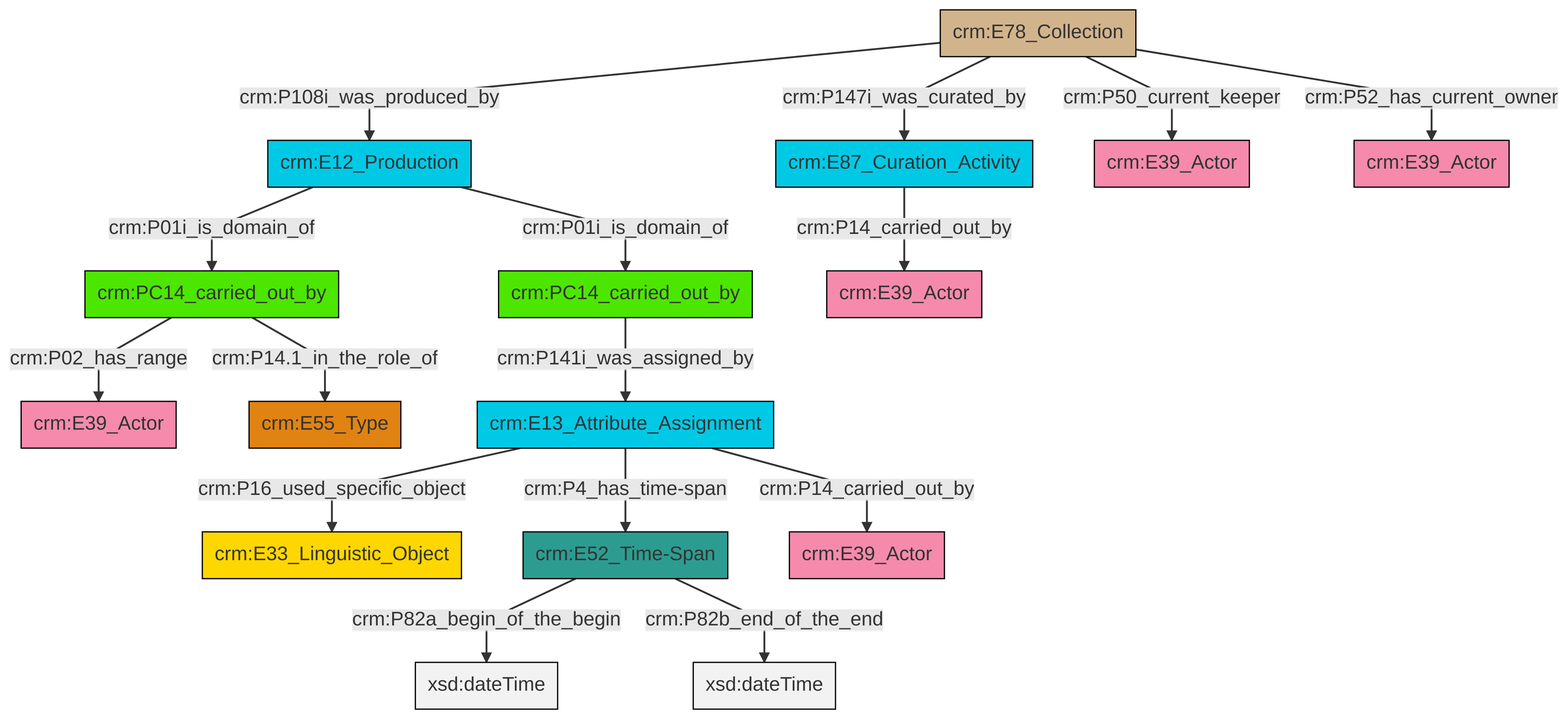
This is et/archivalCSV/ttl/mmd/png/archival_relation.png from swiss-art-research-net/docs.swissartresearch, a Mermaid export, as it was before one commit. Its source is kept beside it as et/archivalCSV/ttl/mmd/archival_relation.ttl.mmd.
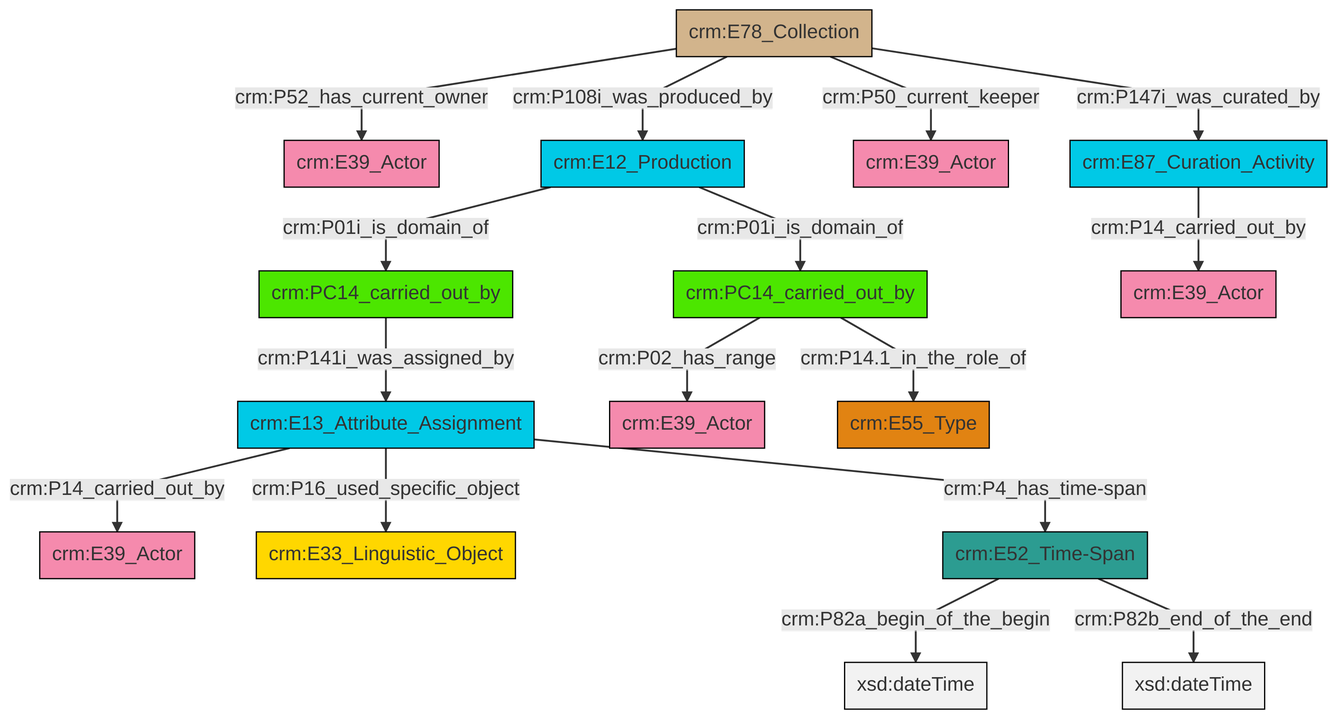
After the change.

The edit, as a diff of the source:
```diff
@@ -13,18 +13,18 @@
 classDef PC_Classes fill:#4ce600, stroke:#000000;
 classDef Multi fill:#cccccc,stroke:#000000;
 
-4["crm:E12_Production"]:::Temporal_Entity -->|crm:P01i_is_domain_of| 0["crm:PC14_carried_out_by"]:::PC_Classes
-0["crm:PC14_carried_out_by"]:::PC_Classes -->|crm:P14.1_in_the_role_of| 5["crm:E55_Type"]:::Type
-7["crm:E78_Collection"]:::Physical_Thing -->|crm:P108i_was_produced_by| 4["crm:E12_Production"]:::Temporal_Entity
-12["crm:E87_Curation_Activity"]:::Temporal_Entity -->|crm:P14_carried_out_by| 14["crm:E39_Actor"]:::Actor
-15["crm:E13_Attribute_Assignment"]:::Temporal_Entity -->|crm:P16_used_specific_object| 8["crm:E33_Linguistic_Object"]:::Conceptual_Object
-16["crm:E52_Time-Span"]:::Time-Span -->|crm:P82a_begin_of_the_begin| 17[xsd:dateTime]:::Literal
-10["crm:PC14_carried_out_by"]:::PC_Classes -->|crm:P141i_was_assigned_by| 15["crm:E13_Attribute_Assignment"]:::Temporal_Entity
-7["crm:E78_Collection"]:::Physical_Thing -->|crm:P50_current_keeper| 18["crm:E39_Actor"]:::Actor
-15["crm:E13_Attribute_Assignment"]:::Temporal_Entity -->|crm:P14_carried_out_by| 22["crm:E39_Actor"]:::Actor
-0["crm:PC14_carried_out_by"]:::PC_Classes -->|crm:P02_has_range| 2["crm:E39_Actor"]:::Actor
-7["crm:E78_Collection"]:::Physical_Thing -->|crm:P147i_was_curated_by| 12["crm:E87_Curation_Activity"]:::Temporal_Entity
-7["crm:E78_Collection"]:::Physical_Thing -->|crm:P52_has_current_owner| 25["crm:E39_Actor"]:::Actor
-16["crm:E52_Time-Span"]:::Time-Span -->|crm:P82b_end_of_the_end| 27[xsd:dateTime]:::Literal
-4["crm:E12_Production"]:::Temporal_Entity -->|crm:P01i_is_domain_of| 10["crm:PC14_carried_out_by"]:::PC_Classes
-15["crm:E13_Attribute_Assignment"]:::Temporal_Entity -->|crm:P4_has_time-span| 16["crm:E52_Time-Span"]:::Time-Span
+0["crm:E13_Attribute_Assignment"]:::Temporal_Entity -->|crm:P14_carried_out_by| 1["crm:E39_Actor"]:::Actor
+0["crm:E13_Attribute_Assignment"]:::Temporal_Entity -->|crm:P16_used_specific_object| 4["crm:E33_Linguistic_Object"]:::Conceptual_Object
+5["crm:PC14_carried_out_by"]:::PC_Classes -->|crm:P02_has_range| 8["crm:E39_Actor"]:::Actor
+0["crm:E13_Attribute_Assignment"]:::Temporal_Entity -->|crm:P4_has_time-span| 9["crm:E52_Time-Span"]:::Time-Span
+10["crm:E78_Collection"]:::Physical_Thing -->|crm:P52_has_current_owner| 11["crm:E39_Actor"]:::Actor
+10["crm:E78_Collection"]:::Physical_Thing -->|crm:P108i_was_produced_by| 12["crm:E12_Production"]:::Temporal_Entity
+15["crm:E87_Curation_Activity"]:::Temporal_Entity -->|crm:P14_carried_out_by| 19["crm:E39_Actor"]:::Actor
+10["crm:E78_Collection"]:::Physical_Thing -->|crm:P50_current_keeper| 2["crm:E39_Actor"]:::Actor
+26["crm:PC14_carried_out_by"]:::PC_Classes -->|crm:P141i_was_assigned_by| 0["crm:E13_Attribute_Assignment"]:::Temporal_Entity
+9["crm:E52_Time-Span"]:::Time-Span -->|crm:P82a_begin_of_the_begin| 27[xsd:dateTime]:::Literal
+12["crm:E12_Production"]:::Temporal_Entity -->|crm:P01i_is_domain_of| 26["crm:PC14_carried_out_by"]:::PC_Classes
+9["crm:E52_Time-Span"]:::Time-Span -->|crm:P82b_end_of_the_end| 28[xsd:dateTime]:::Literal
+12["crm:E12_Production"]:::Temporal_Entity -->|crm:P01i_is_domain_of| 5["crm:PC14_carried_out_by"]:::PC_Classes
+5["crm:PC14_carried_out_by"]:::PC_Classes -->|crm:P14.1_in_the_role_of| 23["crm:E55_Type"]:::Type
+10["crm:E78_Collection"]:::Physical_Thing -->|crm:P147i_was_curated_by| 15["crm:E87_Curation_Activity"]:::Temporal_Entity
```
